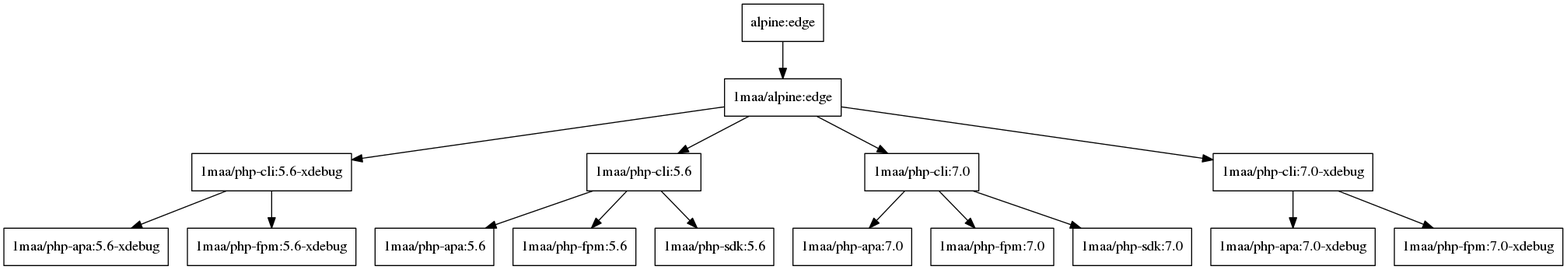
This is php/map.png from 1ma/dockertronics, a Graphviz export, as it was before one commit. Its source is kept beside it as php/map.gv.
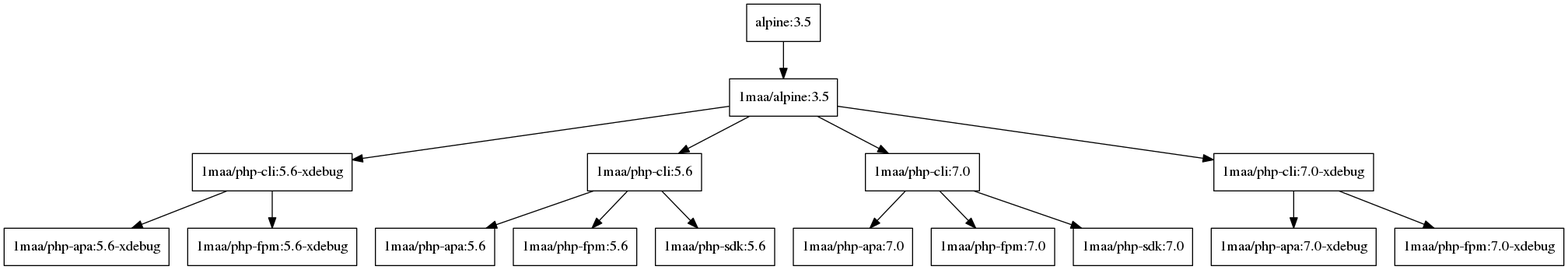
The same file after the commit.

Diff of the diagram source:
```diff
@@ -1,7 +1,7 @@
 digraph G {
     node [shape="box"];
-    "alpine:edge" -> "1maa/alpine:edge";
-    "1maa/alpine:edge" -> "1maa/php-cli:5.6-xdebug", "1maa/php-cli:5.6", "1maa/php-cli:7.0", "1maa/php-cli:7.0-xdebug";
+    "alpine:3.5" -> "1maa/alpine:3.5";
+    "1maa/alpine:3.5" -> "1maa/php-cli:5.6-xdebug", "1maa/php-cli:5.6", "1maa/php-cli:7.0", "1maa/php-cli:7.0-xdebug";
     "1maa/php-cli:5.6" -> "1maa/php-apa:5.6", "1maa/php-fpm:5.6", "1maa/php-sdk:5.6";
     "1maa/php-cli:7.0" -> "1maa/php-apa:7.0", "1maa/php-fpm:7.0", "1maa/php-sdk:7.0";
     "1maa/php-cli:5.6-xdebug" -> "1maa/php-apa:5.6-xdebug", "1maa/php-fpm:5.6-xdebug";
```
